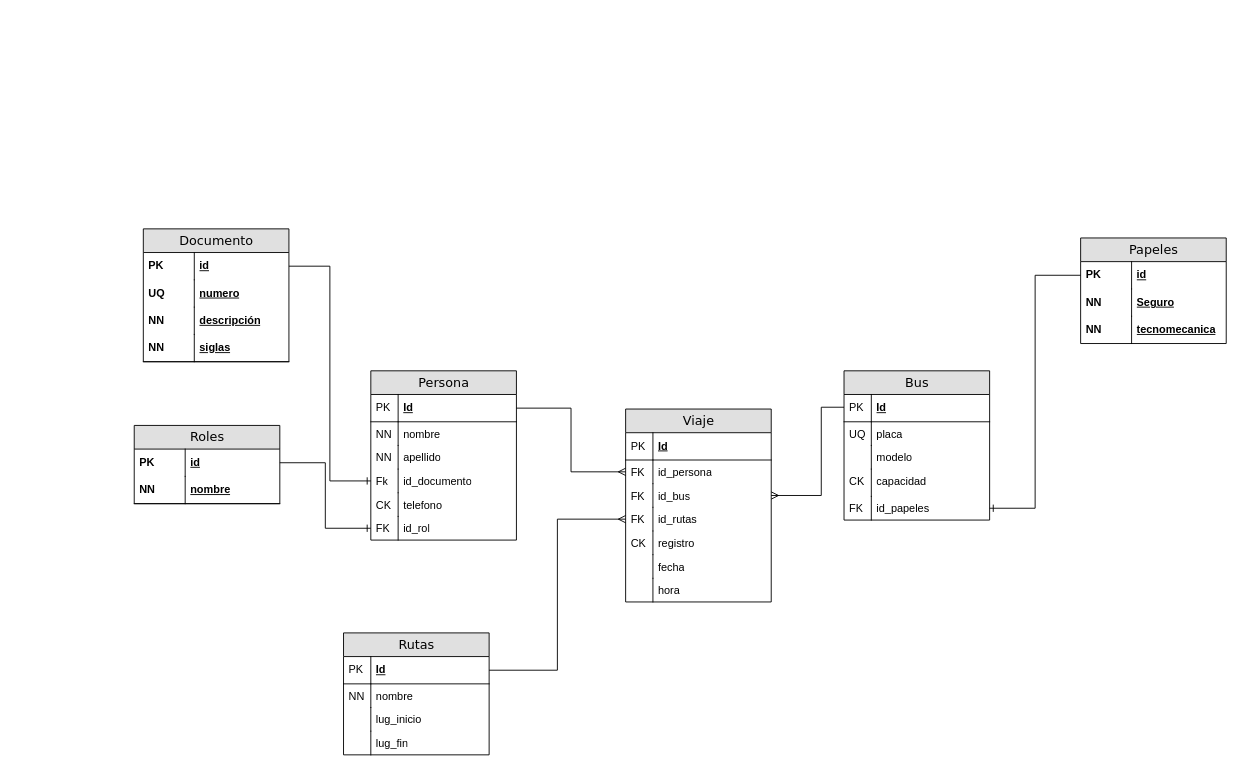
Earlier version of the draw.io diagram DER2.0_proyecto_trans.drawio (Andres-Nicolas/Diagramas). Source tidied: cells renumbered, new cells numbered last; positions are measured from the earlier drawing's top-left corner, leaving out a move shared by most shapes. Both pictures are drawn from the tidied source at 91%, with x=0, y=0 at pixel (134, 228).
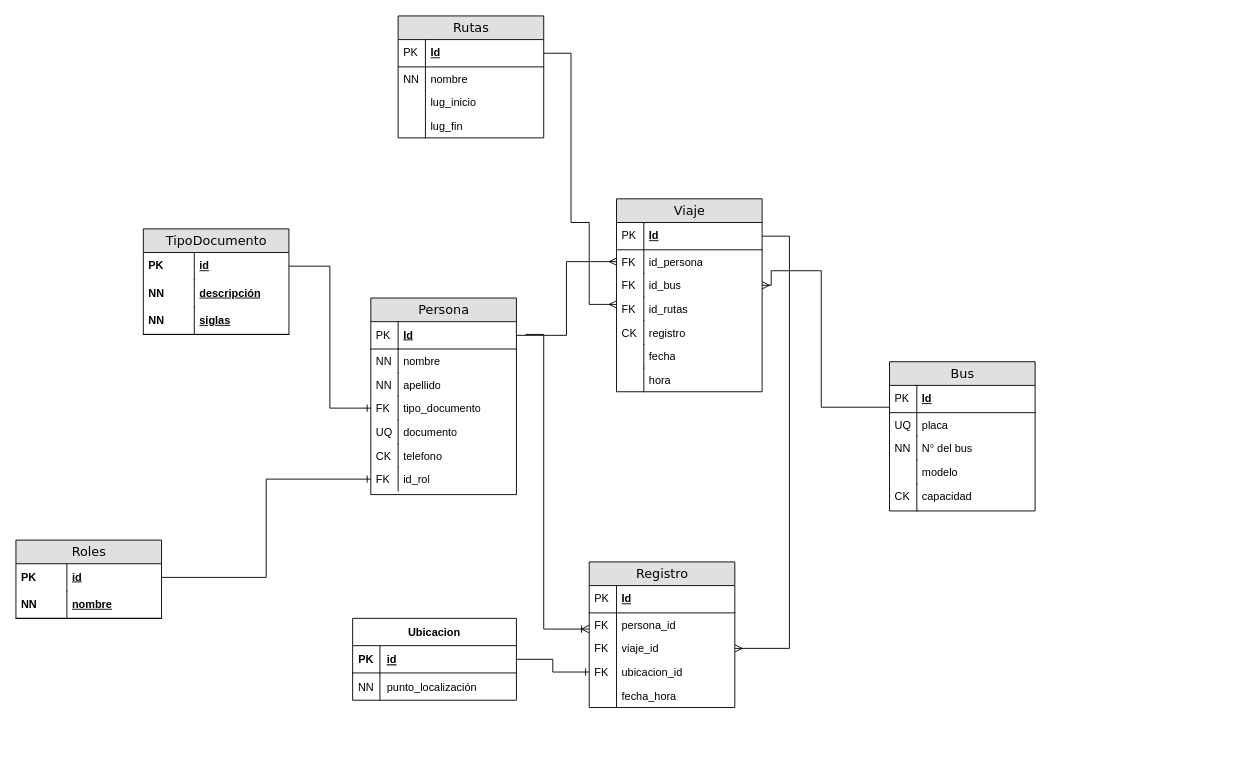
The same page after the edit.

The change refers to these unchanged cells:
```xml
<mxCell id="8" value="Id" style="shape=partialRectangle;top=0;left=0;right=0;bottom=1;html=1;align=left;verticalAlign=middle;fillColor=none;spacingLeft=34;spacingRight=4;whiteSpace=wrap;overflow=hidden;points=[[0,0.5],[1,0.5]];portConstraint=eastwest;fontStyle=5;" parent="7" vertex="1">
  <mxGeometry y="26" width="160" height="30" as="geometry" />
</mxCell>
<mxCell id="12" value="id_bus" style="shape=partialRectangle;top=0;left=0;right=0;bottom=0;html=1;align=left;verticalAlign=top;fillColor=none;spacingLeft=34;spacingRight=4;whiteSpace=wrap;overflow=hidden;points=[[0,0.5],[1,0.5]];portConstraint=eastwest;" parent="7" vertex="1">
  <mxGeometry y="82" width="160" height="26" as="geometry" />
</mxCell>
<mxCell id="14" value="id_rutas" style="shape=partialRectangle;top=0;left=0;right=0;bottom=0;html=1;align=left;verticalAlign=top;fillColor=none;spacingLeft=34;spacingRight=4;whiteSpace=wrap;overflow=hidden;points=[[0,0.5],[1,0.5]];portConstraint=eastwest;" parent="7" vertex="1">
  <mxGeometry y="108" width="160" height="26" as="geometry" />
</mxCell>
<mxCell id="38" value="Id" style="shape=partialRectangle;top=0;left=0;right=0;bottom=1;html=1;align=left;verticalAlign=middle;fillColor=none;spacingLeft=34;spacingRight=4;whiteSpace=wrap;overflow=hidden;points=[[0,0.5],[1,0.5]];portConstraint=eastwest;fontStyle=5;" parent="37" vertex="1">
  <mxGeometry y="26" width="160" height="30" as="geometry" />
</mxCell>
```

Change to the diagram source:
```diff
@@
     <mxCell id="2" value="Roles" style="swimlane;html=1;fontStyle=0;horizontal=1;startSize=26;fillColor=#e0e0e0;swimlaneFillColor=#ffffff;align=center;rounded=0;shadow=0;comic=0;labelBackgroundColor=none;strokeWidth=1;fontFamily=Verdana;fontSize=14;" parent="1" vertex="1">
-      <mxGeometry y="216" width="160" height="86" as="geometry" />
+      <mxGeometry x="-130" y="342" width="160" height="86" as="geometry" />
     </mxCell>
@@
     <mxCell id="7" value="Viaje" style="swimlane;html=1;fontStyle=0;horizontal=1;startSize=26;fillColor=#e0e0e0;swimlaneFillColor=#ffffff;align=center;rounded=0;shadow=0;comic=0;labelBackgroundColor=none;strokeWidth=1;fontFamily=Verdana;fontSize=14;swimlaneLine=1;" parent="1" vertex="1">
-      <mxGeometry x="540" y="198" width="160" height="212" as="geometry" />
+      <mxGeometry x="530" y="-33" width="160" height="212" as="geometry" />
     </mxCell>
@@
     <mxCell id="22" value="Persona" style="swimlane;html=1;fontStyle=0;horizontal=1;startSize=26;fillColor=#e0e0e0;swimlaneFillColor=#ffffff;align=center;rounded=0;shadow=0;comic=0;labelBackgroundColor=none;strokeWidth=1;fontFamily=Verdana;fontSize=14;" parent="1" vertex="1">
-      <mxGeometry x="260" y="156" width="160" height="186" as="geometry" />
+      <mxGeometry x="260" y="76" width="160" height="216" as="geometry" />
     </mxCell>
@@
-    <mxCell id="29" value="id_documento" style="shape=partialRectangle;top=0;left=0;right=0;bottom=0;html=1;align=left;verticalAlign=top;fillColor=none;spacingLeft=34;spacingRight=4;whiteSpace=wrap;overflow=hidden;points=[[0,0.5],[1,0.5]];portConstraint=eastwest;" parent="22" vertex="1">
+    <mxCell id="29" value="&lt;span style=&quot;&quot;&gt;tipo_documento&lt;/span&gt;" style="shape=partialRectangle;top=0;left=0;right=0;bottom=0;html=1;align=left;verticalAlign=top;fillColor=none;spacingLeft=34;spacingRight=4;whiteSpace=wrap;overflow=hidden;points=[[0,0.5],[1,0.5]];portConstraint=eastwest;" parent="22" vertex="1">
       <mxGeometry y="108" width="160" height="26" as="geometry" />
     </mxCell>
-    <mxCell id="30" value="Fk" style="shape=partialRectangle;top=0;left=0;bottom=0;html=1;fillColor=none;align=left;verticalAlign=top;spacingLeft=4;spacingRight=4;whiteSpace=wrap;overflow=hidden;" parent="29" vertex="1">
+    <mxCell id="30" value="FK" style="shape=partialRectangle;top=0;left=0;bottom=0;html=1;fillColor=none;align=left;verticalAlign=top;spacingLeft=4;spacingRight=4;whiteSpace=wrap;overflow=hidden;" parent="29" vertex="1">
       <mxGeometry width="30" height="26" as="geometry" />
     </mxCell>
+    <mxCell id="77" value="&lt;span style=&quot;&quot;&gt;documento&lt;/span&gt;" style="shape=partialRectangle;top=0;left=0;right=0;bottom=0;html=1;align=left;verticalAlign=top;fillColor=none;spacingLeft=34;spacingRight=4;whiteSpace=wrap;overflow=hidden;" parent="22" vertex="1">
+      <mxGeometry y="134" width="160" height="26" as="geometry" />
+    </mxCell>
+    <mxCell id="63" value="UQ" style="shape=partialRectangle;top=0;left=0;bottom=0;html=1;fillColor=none;align=left;verticalAlign=top;spacingLeft=4;spacingRight=4;whiteSpace=wrap;overflow=hidden;" parent="77" vertex="1">
+      <mxGeometry width="30" height="26" as="geometry" />
+    </mxCell>
     <mxCell id="31" value="telefono" style="shape=partialRectangle;top=0;left=0;right=0;bottom=0;html=1;align=left;verticalAlign=top;fillColor=none;spacingLeft=34;spacingRight=4;whiteSpace=wrap;overflow=hidden;" parent="22" vertex="1">
-      <mxGeometry y="134" width="160" height="26" as="geometry" />
+      <mxGeometry y="160" width="160" height="26" as="geometry" />
     </mxCell>
@@
     <mxCell id="33" value="id_rol" style="shape=partialRectangle;top=0;left=0;right=0;bottom=0;html=1;align=left;verticalAlign=top;fillColor=none;spacingLeft=34;spacingRight=4;whiteSpace=wrap;overflow=hidden;points=[[0,0.5],[1,0.5]];portConstraint=eastwest;" parent="22" vertex="1">
-      <mxGeometry y="160" width="160" height="26" as="geometry" />
+      <mxGeometry y="186" width="160" height="26" as="geometry" />
     </mxCell>
@@
     <mxCell id="37" value="Rutas" style="swimlane;html=1;fontStyle=0;horizontal=1;startSize=26;fillColor=#e0e0e0;swimlaneFillColor=#ffffff;align=center;rounded=0;shadow=0;comic=0;labelBackgroundColor=none;strokeWidth=1;fontFamily=Verdana;fontSize=14;swimlaneLine=1;" parent="1" vertex="1">
-      <mxGeometry x="230" y="444" width="160" height="134" as="geometry" />
+      <mxGeometry x="290" y="-234" width="160" height="134" as="geometry" />
     </mxCell>
@@
-    <mxCell id="46" style="edgeStyle=orthogonalEdgeStyle;rounded=0;jettySize=auto;html=1;endArrow=ERmany;endFill=0;" parent="1" edge="1" source="38" target="14">
-      <mxGeometry relative="1" as="geometry" />
+    <mxCell id="46" style="edgeStyle=orthogonalEdgeStyle;rounded=0;jettySize=auto;html=1;endArrow=ERmany;endFill=0;exitX=1;exitY=0.5;exitDx=0;exitDy=0;" parent="1" edge="1" source="38" target="14">
+      <mxGeometry relative="1" as="geometry">
+        <Array as="points">
+          <mxPoint x="480" y="-193" />
+          <mxPoint x="480" y="-7" />
+          <mxPoint x="500" y="-7" />
+          <mxPoint x="500" y="83" />
+        </Array>
+      </mxGeometry>
     </mxCell>
     <mxCell id="47" style="edgeStyle=orthogonalEdgeStyle;rounded=0;jettySize=auto;html=1;entryX=1;entryY=0.5;entryDx=0;entryDy=0;endArrow=ERmany;endFill=0;" parent="1" edge="1" source="48" target="12">
       <mxGeometry relative="1" as="geometry">
         <Array as="points">
           <mxPoint x="755" y="196" />
-          <mxPoint x="755" y="293" />
+          <mxPoint x="755" y="46" />
+          <mxPoint x="700" y="46" />
+          <mxPoint x="700" y="62" />
         </Array>
       </mxGeometry>
     </mxCell>
     <mxCell id="48" value="Bus" style="swimlane;html=1;fontStyle=0;horizontal=1;startSize=26;fillColor=#e0e0e0;swimlaneFillColor=#ffffff;align=center;rounded=0;shadow=0;comic=0;labelBackgroundColor=none;strokeWidth=1;fontFamily=Verdana;fontSize=14;" parent="1" vertex="1">
-      <mxGeometry x="780" y="156" width="160" height="164" as="geometry" />
+      <mxGeometry x="830" y="146" width="160" height="164" as="geometry" />
     </mxCell>
@@
+    <mxCell id="57" value="N° del bus" style="shape=partialRectangle;top=0;left=0;right=0;bottom=0;html=1;align=left;verticalAlign=top;fillColor=none;spacingLeft=34;spacingRight=4;whiteSpace=wrap;overflow=hidden;points=[[0,0.5],[1,0.5]];portConstraint=eastwest;" parent="48" vertex="1">
+      <mxGeometry y="82" width="160" height="26" as="geometry" />
+    </mxCell>
+    <mxCell id="58" value="NN" style="shape=partialRectangle;top=0;left=0;bottom=0;html=1;fillColor=none;align=left;verticalAlign=top;spacingLeft=4;spacingRight=4;whiteSpace=wrap;overflow=hidden;" parent="57" vertex="1">
+      <mxGeometry width="30" height="26" as="geometry" />
+    </mxCell>
     <mxCell id="53" value="modelo" style="shape=partialRectangle;top=0;left=0;right=0;bottom=0;html=1;align=left;verticalAlign=top;fillColor=none;spacingLeft=34;spacingRight=4;whiteSpace=wrap;overflow=hidden;" parent="48" vertex="1">
-      <mxGeometry y="82" width="160" height="26" as="geometry" />
+      <mxGeometry y="108" width="160" height="26" as="geometry" />
     </mxCell>
@@
     <mxCell id="55" value="capacidad" style="shape=partialRectangle;top=0;left=0;right=0;bottom=0;html=1;align=left;verticalAlign=top;fillColor=none;spacingLeft=34;spacingRight=4;whiteSpace=wrap;overflow=hidden;" parent="48" vertex="1">
-      <mxGeometry y="108" width="160" height="30" as="geometry" />
+      <mxGeometry y="134" width="160" height="30" as="geometry" />
     </mxCell>
@@
-    <mxCell id="57" value="id_papeles" style="shape=partialRectangle;top=0;left=0;right=0;bottom=0;html=1;align=left;verticalAlign=top;fillColor=none;spacingLeft=34;spacingRight=4;whiteSpace=wrap;overflow=hidden;points=[[0,0.5],[1,0.5]];portConstraint=eastwest;" parent="48" vertex="1">
-      <mxGeometry y="138" width="160" height="26" as="geometry" />
-    </mxCell>
-    <mxCell id="58" value="FK" style="shape=partialRectangle;top=0;left=0;bottom=0;html=1;fillColor=none;align=left;verticalAlign=top;spacingLeft=4;spacingRight=4;whiteSpace=wrap;overflow=hidden;" parent="57" vertex="1">
-      <mxGeometry width="30" height="26" as="geometry" />
-    </mxCell>
-    <mxCell id="59" value="Documento" style="swimlane;html=1;fontStyle=0;horizontal=1;startSize=26;fillColor=#e0e0e0;swimlaneFillColor=#ffffff;align=center;rounded=0;shadow=0;comic=0;labelBackgroundColor=none;strokeWidth=1;fontFamily=Verdana;fontSize=14;" parent="1" vertex="1">
-      <mxGeometry x="10" width="160" height="146" as="geometry" />
+    <mxCell id="59" value="TipoDocumento" style="swimlane;html=1;fontStyle=0;horizontal=1;startSize=26;fillColor=#e0e0e0;swimlaneFillColor=#ffffff;align=center;rounded=0;shadow=0;comic=0;labelBackgroundColor=none;strokeWidth=1;fontFamily=Verdana;fontSize=14;" parent="1" vertex="1">
+      <mxGeometry x="10" width="160" height="116" as="geometry" />
     </mxCell>
@@
-    <mxCell id="62" value="numero" style="shape=partialRectangle;top=0;left=0;right=0;bottom=0;html=1;align=left;verticalAlign=middle;fillColor=none;spacingLeft=60;spacingRight=4;whiteSpace=wrap;overflow=hidden;fontStyle=5;" parent="59" vertex="1">
-      <mxGeometry y="56" width="160" height="30" as="geometry" />
-    </mxCell>
-    <mxCell id="63" value="UQ" style="shape=partialRectangle;fontStyle=1;top=0;left=0;bottom=0;html=1;fillColor=none;align=left;verticalAlign=middle;spacingLeft=4;spacingRight=4;whiteSpace=wrap;overflow=hidden;" parent="62" vertex="1">
-      <mxGeometry width="56" height="30" as="geometry" />
-    </mxCell>
     <mxCell id="64" value="descripción" style="shape=partialRectangle;top=0;left=0;right=0;bottom=0;html=1;align=left;verticalAlign=middle;fillColor=none;spacingLeft=60;spacingRight=4;whiteSpace=wrap;overflow=hidden;fontStyle=5;" parent="59" vertex="1">
-      <mxGeometry y="86" width="160" height="30" as="geometry" />
+      <mxGeometry y="56" width="160" height="30" as="geometry" />
     </mxCell>
@@
     <mxCell id="66" value="siglas" style="shape=partialRectangle;top=0;left=0;right=0;bottom=1;html=1;align=left;verticalAlign=middle;fillColor=none;spacingLeft=60;spacingRight=4;whiteSpace=wrap;overflow=hidden;fontStyle=5;" parent="59" vertex="1">
-      <mxGeometry y="116" width="160" height="30" as="geometry" />
+      <mxGeometry y="86" width="160" height="30" as="geometry" />
     </mxCell>
@@
-    <mxCell id="69" value="Papeles" style="swimlane;html=1;fontStyle=0;horizontal=1;startSize=26;fillColor=#e0e0e0;swimlaneFillColor=#ffffff;align=center;rounded=0;shadow=0;comic=0;labelBackgroundColor=none;strokeWidth=1;fontFamily=Verdana;fontSize=14;" parent="1" vertex="1">
-      <mxGeometry x="1040" y="10" width="160" height="116" as="geometry" />
-    </mxCell>
+    <mxCell id="78" value="Ubicacion" style="shape=table;startSize=30;childLayout=tableLayout;rowLines=0;fontStyle=1;align=center;" parent="1" vertex="1">
+      <mxGeometry x="240" y="428" width="180" height="90" as="geometry" />
+    </mxCell>
+    <mxCell id="79" style="shape=tableRow;horizontal=0;startSize=0;swimlaneHead=0;swimlaneBody=0;fillColor=none;points=[[0,0.5],[1,0.5]];portConstraint=eastwest;top=0;left=0;right=0;bottom=1;" parent="78" vertex="1">
+      <mxGeometry y="30" width="180" height="30" as="geometry" />
+    </mxCell>
+    <mxCell id="80" value="PK" style="shape=partialRectangle;fillColor=none;top=0;left=0;bottom=0;right=0;fontStyle=1;overflow=hidden;" parent="79" vertex="1">
+      <mxGeometry width="30" height="30" as="geometry" />
+    </mxCell>
-    <mxCell id="70" value="id" style="shape=partialRectangle;top=0;left=0;right=0;bottom=0;html=1;align=left;verticalAlign=middle;fillColor=none;spacingLeft=60;spacingRight=4;whiteSpace=wrap;overflow=hidden;points=[[0,0.5],[1,0.5]];portConstraint=eastwest;fontStyle=5;" parent="69" vertex="1">
-      <mxGeometry y="26" width="160" height="30" as="geometry" />
+    <mxCell id="70" value="id" style="shape=partialRectangle;fillColor=none;top=0;left=0;bottom=0;right=0;align=left;spacingLeft=6;fontStyle=5;overflow=hidden;" parent="79" vertex="1">
+      <mxGeometry x="30" width="150" height="30" as="geometry" />
     </mxCell>
-    <mxCell id="71" value="PK" style="shape=partialRectangle;fontStyle=1;top=0;left=0;bottom=0;html=1;fillColor=none;align=left;verticalAlign=middle;spacingLeft=4;spacingRight=4;whiteSpace=wrap;overflow=hidden;" parent="70" vertex="1">
-      <mxGeometry width="56" height="30" as="geometry" />
-    </mxCell>
-    <mxCell id="72" value="Seguro" style="shape=partialRectangle;top=0;left=0;right=0;bottom=0;html=1;align=left;verticalAlign=middle;fillColor=none;spacingLeft=60;spacingRight=4;whiteSpace=wrap;overflow=hidden;fontStyle=5;" parent="69" vertex="1">
-      <mxGeometry y="56" width="160" height="30" as="geometry" />
-    </mxCell>
-    <mxCell id="73" value="NN" style="shape=partialRectangle;fontStyle=1;top=0;left=0;bottom=0;html=1;fillColor=none;align=left;verticalAlign=middle;spacingLeft=4;spacingRight=4;whiteSpace=wrap;overflow=hidden;" parent="72" vertex="1">
-      <mxGeometry width="56" height="30" as="geometry" />
-    </mxCell>
-    <mxCell id="74" value="tecnomecanica" style="shape=partialRectangle;top=0;left=0;right=0;bottom=0;html=1;align=left;verticalAlign=middle;fillColor=none;spacingLeft=60;spacingRight=4;whiteSpace=wrap;overflow=hidden;fontStyle=5;" parent="69" vertex="1">
-      <mxGeometry y="86" width="160" height="30" as="geometry" />
-    </mxCell>
-    <mxCell id="75" value="NN" style="shape=partialRectangle;fontStyle=1;top=0;left=0;bottom=0;html=1;fillColor=none;align=left;verticalAlign=middle;spacingLeft=4;spacingRight=4;whiteSpace=wrap;overflow=hidden;" parent="74" vertex="1">
-      <mxGeometry width="56" height="30" as="geometry" />
-    </mxCell>
-    <mxCell id="76" style="edgeStyle=orthogonalEdgeStyle;rounded=0;jettySize=auto;html=1;exitX=0;exitY=0.5;exitDx=0;exitDy=0;entryX=1;entryY=0.5;entryDx=0;entryDy=0;endArrow=ERone;endFill=0;" parent="1" edge="1" source="70" target="57">
-      <mxGeometry relative="1" as="geometry" />
-    </mxCell>
+    <mxCell id="81" style="shape=tableRow;horizontal=0;startSize=0;swimlaneHead=0;swimlaneBody=0;fillColor=none;top=0;left=0;right=0;bottom=0;" parent="78" vertex="1">
+      <mxGeometry y="60" width="180" height="30" as="geometry" />
+    </mxCell>
+    <mxCell id="82" value="NN" style="shape=partialRectangle;fillColor=none;top=0;left=0;bottom=0;right=0;overflow=hidden;" parent="81" vertex="1">
+      <mxGeometry width="30" height="30" as="geometry" />
+    </mxCell>
+    <mxCell id="83" value="punto_localización" style="shape=partialRectangle;fillColor=none;top=0;left=0;bottom=0;right=0;align=left;spacingLeft=6;overflow=hidden;" parent="81" vertex="1">
+      <mxGeometry x="30" width="150" height="30" as="geometry" />
+    </mxCell>
+    <mxCell id="84" style="edgeStyle=orthogonalEdgeStyle;fontSize=12;html=1;endArrow=ERoneToMany;rounded=0;entryX=-0.003;entryY=0.792;entryDx=0;entryDy=0;entryPerimeter=0;" parent="1" edge="1">
+      <mxGeometry relative="1" as="geometry">
+        <mxPoint x="430" y="116" as="sourcePoint" />
+        <mxPoint x="499.5" y="439.8" as="targetPoint" />
+        <Array as="points">
+          <mxPoint x="450" y="116" />
+          <mxPoint x="450" y="440" />
+        </Array>
+      </mxGeometry>
+    </mxCell>
+    <mxCell id="85" style="edgeStyle=elbowEdgeStyle;fontSize=12;html=1;endArrow=ERmany;rounded=0;entryX=1;entryY=0.5;entryDx=0;entryDy=0;exitX=1;exitY=0.5;exitDx=0;exitDy=0;" parent="1" edge="1" source="8" target="91">
+      <mxGeometry relative="1" as="geometry">
+        <Array as="points">
+          <mxPoint x="720" y="266" />
+          <mxPoint x="690" y="436" />
+          <mxPoint x="720" y="236" />
+        </Array>
+      </mxGeometry>
+    </mxCell>
+    <mxCell id="86" value="Registro" style="swimlane;html=1;fontStyle=0;horizontal=1;startSize=26;fillColor=#e0e0e0;swimlaneFillColor=#ffffff;align=center;rounded=0;shadow=0;comic=0;labelBackgroundColor=none;strokeWidth=1;fontFamily=Verdana;fontSize=14;" parent="1" vertex="1">
+      <mxGeometry x="500" y="366" width="160" height="160" as="geometry" />
+    </mxCell>
+    <mxCell id="87" value="Id" style="shape=partialRectangle;top=0;left=0;right=0;bottom=1;html=1;align=left;verticalAlign=middle;fillColor=none;spacingLeft=34;spacingRight=4;whiteSpace=wrap;overflow=hidden;fontStyle=5;" parent="86" vertex="1">
+      <mxGeometry y="26" width="160" height="30" as="geometry" />
+    </mxCell>
+    <mxCell id="88" value="PK" style="shape=partialRectangle;top=0;left=0;bottom=0;html=1;fillColor=none;align=left;verticalAlign=middle;spacingLeft=4;spacingRight=4;whiteSpace=wrap;overflow=hidden;" parent="87" vertex="1">
+      <mxGeometry width="30" height="30" as="geometry" />
+    </mxCell>
+    <mxCell id="89" value="persona_id" style="shape=partialRectangle;top=0;left=0;right=0;bottom=0;html=1;align=left;verticalAlign=top;fillColor=none;spacingLeft=34;spacingRight=4;whiteSpace=wrap;overflow=hidden;" parent="86" vertex="1">
+      <mxGeometry y="56" width="160" height="26" as="geometry" />
+    </mxCell>
+    <mxCell id="90" value="FK" style="shape=partialRectangle;top=0;left=0;bottom=0;html=1;fillColor=none;align=left;verticalAlign=top;spacingLeft=4;spacingRight=4;whiteSpace=wrap;overflow=hidden;" parent="89" vertex="1">
+      <mxGeometry width="30" height="26" as="geometry" />
+    </mxCell>
+    <mxCell id="91" value="viaje_id" style="shape=partialRectangle;top=0;left=0;right=0;bottom=0;html=1;align=left;verticalAlign=top;fillColor=none;spacingLeft=34;spacingRight=4;whiteSpace=wrap;overflow=hidden;points=[[0,0.5],[1,0.5]];portConstraint=eastwest;" parent="86" vertex="1">
+      <mxGeometry y="82" width="160" height="26" as="geometry" />
+    </mxCell>
+    <mxCell id="92" value="FK" style="shape=partialRectangle;top=0;left=0;bottom=0;html=1;fillColor=none;align=left;verticalAlign=top;spacingLeft=4;spacingRight=4;whiteSpace=wrap;overflow=hidden;" parent="91" vertex="1">
+      <mxGeometry width="30" height="26" as="geometry" />
+    </mxCell>
+    <mxCell id="93" value="&lt;span style=&quot;&quot;&gt;ubicacion_id&lt;/span&gt;" style="shape=partialRectangle;top=0;left=0;right=0;bottom=0;html=1;align=left;verticalAlign=top;fillColor=none;spacingLeft=34;spacingRight=4;whiteSpace=wrap;overflow=hidden;points=[[0,0.5],[1,0.5]];portConstraint=eastwest;" parent="86" vertex="1">
+      <mxGeometry y="108" width="160" height="26" as="geometry" />
+    </mxCell>
+    <mxCell id="94" value="FK" style="shape=partialRectangle;top=0;left=0;bottom=0;html=1;fillColor=none;align=left;verticalAlign=top;spacingLeft=4;spacingRight=4;whiteSpace=wrap;overflow=hidden;" parent="93" vertex="1">
+      <mxGeometry width="30" height="26" as="geometry" />
+    </mxCell>
+    <mxCell id="95" value="&lt;span style=&quot;&quot;&gt;fecha_hora&lt;/span&gt;" style="shape=partialRectangle;top=0;left=0;right=0;bottom=0;html=1;align=left;verticalAlign=top;fillColor=none;spacingLeft=34;spacingRight=4;whiteSpace=wrap;overflow=hidden;" parent="86" vertex="1">
+      <mxGeometry y="134" width="160" height="26" as="geometry" />
+    </mxCell>
+    <mxCell id="96" style="shape=partialRectangle;top=0;left=0;bottom=0;html=1;fillColor=none;align=left;verticalAlign=top;spacingLeft=4;spacingRight=4;whiteSpace=wrap;overflow=hidden;" parent="95" vertex="1">
+      <mxGeometry width="30" height="26" as="geometry" />
+    </mxCell>
+    <mxCell id="97" style="edgeStyle=orthogonalEdgeStyle;rounded=0;jettySize=auto;html=1;exitX=0;exitY=0.5;exitDx=0;exitDy=0;endArrow=none;endFill=0;startArrow=ERone;startFill=0;" parent="1" edge="1" source="93" target="79">
+      <mxGeometry relative="1" as="geometry" />
+    </mxCell>
```
